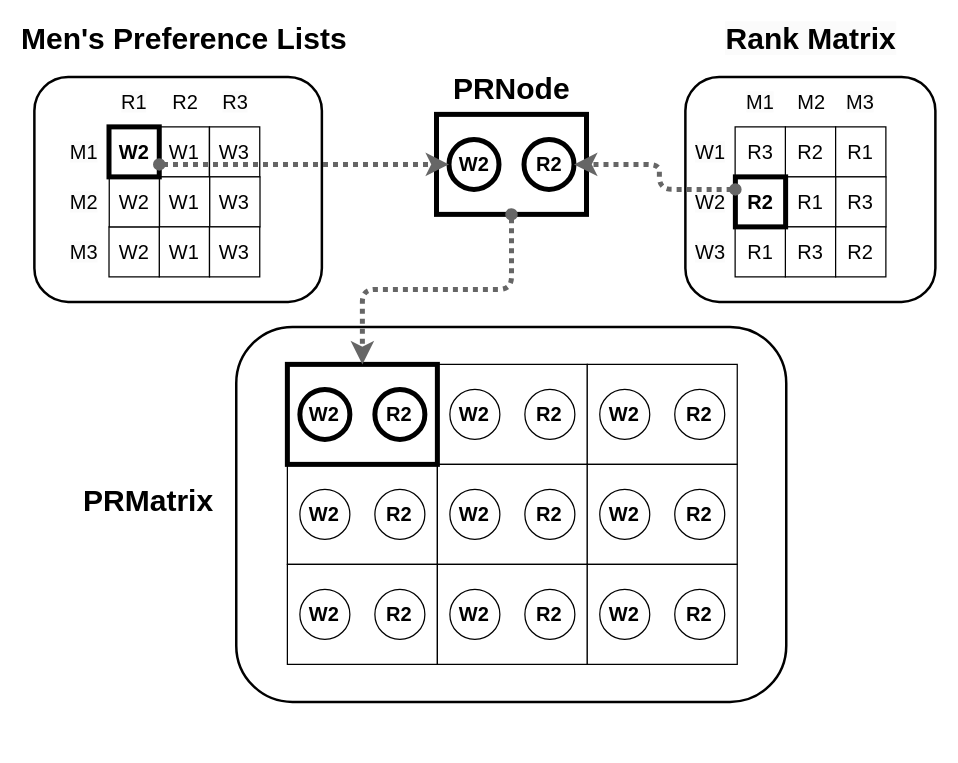
Above: newPRMatrix.drawio in victorliu-sq/BambooSMP-Figures (draw.io), before the change. Source tidied: cells renumbered, new cells numbered last; positions are measured from the earlier drawing's top-left corner, leaving out a move shared by most shapes. Both pictures are drawn from the tidied source at 125%, with x=0, y=0 at pixel (34, 26).
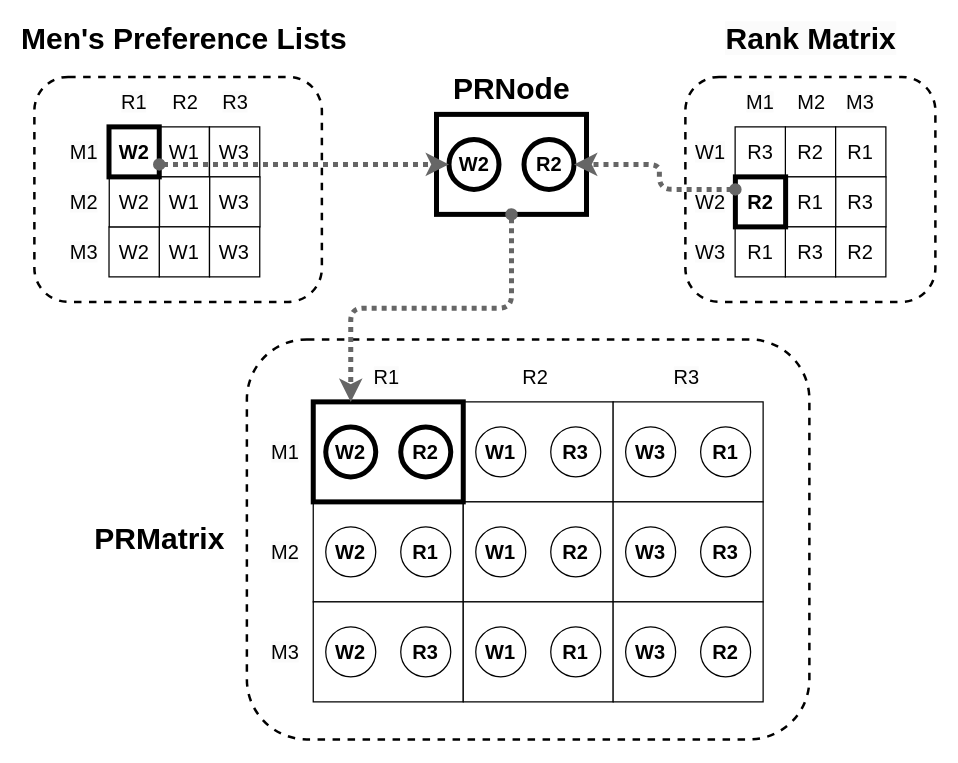
The same page after the edit.

The change refers to these unchanged cells:
```xml
<mxCell id="36" style="rounded=0;whiteSpace=wrap;html=1;strokeWidth=4;" parent="1" vertex="1">
  <mxGeometry x="321.7" y="70" width="120" height="80" as="geometry" />
</mxCell>
```

Diff of the diagram source:
```diff
@@
-    <mxCell id="2" style="rounded=1;whiteSpace=wrap;html=1;strokeWidth=2;" parent="1" vertex="1">
-      <mxGeometry x="161.5" y="240" width="440" height="300" as="geometry" />
+    <mxCell id="2" style="rounded=1;whiteSpace=wrap;html=1;strokeWidth=2;dashed=1;" parent="1" vertex="1">
+      <mxGeometry x="170" y="250" width="450" height="320" as="geometry" />
     </mxCell>
-    <mxCell id="3" style="rounded=1;whiteSpace=wrap;html=1;strokeWidth=2;" parent="1" vertex="1">
+    <mxCell id="3" style="rounded=1;whiteSpace=wrap;html=1;strokeWidth=2;dashed=1;" parent="1" vertex="1">
       <mxGeometry y="40" width="230" height="180" as="geometry" />
     </mxCell>
-    <mxCell id="4" style="rounded=1;whiteSpace=wrap;html=1;strokeWidth=2;" parent="1" vertex="1">
+    <mxCell id="4" style="rounded=1;whiteSpace=wrap;html=1;strokeWidth=2;dashed=1;" parent="1" vertex="1">
       <mxGeometry x="520.8" y="40" width="200" height="180" as="geometry" />
     </mxCell>
@@
     <mxCell id="40" value="&lt;span style=&quot;font-size: 24px; text-wrap: nowrap;&quot;&gt;&lt;span style=&quot;font-size: 24px;&quot;&gt;PRMatrix&lt;/span&gt;&lt;/span&gt;" style="text;whiteSpace=wrap;html=1;align=center;strokeColor=none;verticalAlign=middle;strokeWidth=0;fontSize=24;fontStyle=1;" parent="1" vertex="1">
-      <mxGeometry x="51" y="370" width="80.5" height="20" as="geometry" />
+      <mxGeometry x="60.2" y="400" width="80.5" height="20" as="geometry" />
     </mxCell>
@@
     <mxCell id="44" style="rounded=0;whiteSpace=wrap;html=1;strokeWidth=1;" parent="1" vertex="1">
-      <mxGeometry x="322.4" y="270" width="120" height="80" as="geometry" />
+      <mxGeometry x="343.1" y="300" width="120" height="80" as="geometry" />
     </mxCell>
-    <mxCell id="45" value="&lt;b style=&quot;font-size: 16px;&quot;&gt;W2&lt;/b&gt;" style="ellipse;whiteSpace=wrap;html=1;strokeWidth=1;fontSize=16;" parent="1" vertex="1">
-      <mxGeometry x="332.4" y="290" width="40" height="40" as="geometry" />
+    <mxCell id="45" value="&lt;b style=&quot;font-size: 16px;&quot;&gt;W1&lt;/b&gt;" style="ellipse;whiteSpace=wrap;html=1;strokeWidth=1;fontSize=16;" parent="1" vertex="1">
+      <mxGeometry x="353.1" y="320" width="40" height="40" as="geometry" />
     </mxCell>
-    <mxCell id="46" value="&lt;b style=&quot;font-size: 16px;&quot;&gt;R2&lt;/b&gt;" style="ellipse;whiteSpace=wrap;html=1;strokeWidth=1;fontSize=16;" parent="1" vertex="1">
-      <mxGeometry x="392.4" y="290" width="40" height="40" as="geometry" />
+    <mxCell id="46" value="&lt;b&gt;R3&lt;/b&gt;" style="ellipse;whiteSpace=wrap;html=1;strokeWidth=1;fontSize=16;" parent="1" vertex="1">
+      <mxGeometry x="413.1" y="320" width="40" height="40" as="geometry" />
     </mxCell>
     <mxCell id="47" style="rounded=0;whiteSpace=wrap;html=1;strokeWidth=1;" parent="1" vertex="1">
-      <mxGeometry x="442.3" y="270" width="120" height="80" as="geometry" />
+      <mxGeometry x="463" y="300" width="120" height="80" as="geometry" />
     </mxCell>
-    <mxCell id="48" value="&lt;b style=&quot;font-size: 16px;&quot;&gt;W2&lt;/b&gt;" style="ellipse;whiteSpace=wrap;html=1;strokeWidth=1;fontSize=16;" parent="1" vertex="1">
-      <mxGeometry x="452.3" y="290" width="40" height="40" as="geometry" />
+    <mxCell id="48" value="&lt;b style=&quot;font-size: 16px;&quot;&gt;W3&lt;/b&gt;" style="ellipse;whiteSpace=wrap;html=1;strokeWidth=1;fontSize=16;" parent="1" vertex="1">
+      <mxGeometry x="473" y="320" width="40" height="40" as="geometry" />
     </mxCell>
-    <mxCell id="49" value="&lt;b style=&quot;font-size: 16px;&quot;&gt;R2&lt;/b&gt;" style="ellipse;whiteSpace=wrap;html=1;strokeWidth=1;fontSize=16;" parent="1" vertex="1">
-      <mxGeometry x="512.3" y="290" width="40" height="40" as="geometry" />
+    <mxCell id="49" value="&lt;b style=&quot;font-size: 16px;&quot;&gt;R1&lt;/b&gt;" style="ellipse;whiteSpace=wrap;html=1;strokeWidth=1;fontSize=16;" parent="1" vertex="1">
+      <mxGeometry x="533" y="320" width="40" height="40" as="geometry" />
     </mxCell>
     <mxCell id="50" style="rounded=0;whiteSpace=wrap;html=1;strokeWidth=1;" parent="1" vertex="1">
-      <mxGeometry x="202.4" y="350" width="120" height="80" as="geometry" />
+      <mxGeometry x="223.1" y="380" width="120" height="80" as="geometry" />
     </mxCell>
     <mxCell id="51" value="&lt;b style=&quot;font-size: 16px;&quot;&gt;W2&lt;/b&gt;" style="ellipse;whiteSpace=wrap;html=1;strokeWidth=1;fontSize=16;" parent="1" vertex="1">
-      <mxGeometry x="212.4" y="370" width="40" height="40" as="geometry" />
+      <mxGeometry x="233.1" y="400" width="40" height="40" as="geometry" />
     </mxCell>
-    <mxCell id="52" value="&lt;b style=&quot;font-size: 16px;&quot;&gt;R2&lt;/b&gt;" style="ellipse;whiteSpace=wrap;html=1;strokeWidth=1;fontSize=16;" parent="1" vertex="1">
-      <mxGeometry x="272.4" y="370" width="40" height="40" as="geometry" />
+    <mxCell id="52" value="&lt;b style=&quot;font-size: 16px;&quot;&gt;R1&lt;/b&gt;" style="ellipse;whiteSpace=wrap;html=1;strokeWidth=1;fontSize=16;" parent="1" vertex="1">
+      <mxGeometry x="293.1" y="400" width="40" height="40" as="geometry" />
     </mxCell>
     <mxCell id="53" style="rounded=0;whiteSpace=wrap;html=1;strokeWidth=1;" parent="1" vertex="1">
-      <mxGeometry x="322.4" y="350" width="120" height="80" as="geometry" />
+      <mxGeometry x="343.1" y="380" width="120" height="80" as="geometry" />
     </mxCell>
-    <mxCell id="54" value="&lt;b style=&quot;font-size: 16px;&quot;&gt;W2&lt;/b&gt;" style="ellipse;whiteSpace=wrap;html=1;strokeWidth=1;fontSize=16;" parent="1" vertex="1">
-      <mxGeometry x="332.4" y="370" width="40" height="40" as="geometry" />
+    <mxCell id="54" value="&lt;b style=&quot;font-size: 16px;&quot;&gt;W1&lt;/b&gt;" style="ellipse;whiteSpace=wrap;html=1;strokeWidth=1;fontSize=16;" parent="1" vertex="1">
+      <mxGeometry x="353.1" y="400" width="40" height="40" as="geometry" />
     </mxCell>
     <mxCell id="55" value="&lt;b style=&quot;font-size: 16px;&quot;&gt;R2&lt;/b&gt;" style="ellipse;whiteSpace=wrap;html=1;strokeWidth=1;fontSize=16;" parent="1" vertex="1">
-      <mxGeometry x="392.4" y="370" width="40" height="40" as="geometry" />
+      <mxGeometry x="413.1" y="400" width="40" height="40" as="geometry" />
     </mxCell>
     <mxCell id="56" style="rounded=0;whiteSpace=wrap;html=1;strokeWidth=1;" parent="1" vertex="1">
-      <mxGeometry x="442.3" y="350" width="120" height="80" as="geometry" />
+      <mxGeometry x="463" y="380" width="120" height="80" as="geometry" />
     </mxCell>
-    <mxCell id="57" value="&lt;b style=&quot;font-size: 16px;&quot;&gt;W2&lt;/b&gt;" style="ellipse;whiteSpace=wrap;html=1;strokeWidth=1;fontSize=16;" parent="1" vertex="1">
-      <mxGeometry x="452.3" y="370" width="40" height="40" as="geometry" />
+    <mxCell id="57" value="&lt;b style=&quot;font-size: 16px;&quot;&gt;W3&lt;/b&gt;" style="ellipse;whiteSpace=wrap;html=1;strokeWidth=1;fontSize=16;" parent="1" vertex="1">
+      <mxGeometry x="473" y="400" width="40" height="40" as="geometry" />
     </mxCell>
-    <mxCell id="58" value="&lt;b style=&quot;font-size: 16px;&quot;&gt;R2&lt;/b&gt;" style="ellipse;whiteSpace=wrap;html=1;strokeWidth=1;fontSize=16;" parent="1" vertex="1">
-      <mxGeometry x="512.3" y="370" width="40" height="40" as="geometry" />
+    <mxCell id="58" value="&lt;b style=&quot;font-size: 16px;&quot;&gt;R3&lt;/b&gt;" style="ellipse;whiteSpace=wrap;html=1;strokeWidth=1;fontSize=16;" parent="1" vertex="1">
+      <mxGeometry x="533" y="400" width="40" height="40" as="geometry" />
     </mxCell>
     <mxCell id="59" style="rounded=0;whiteSpace=wrap;html=1;strokeWidth=1;" parent="1" vertex="1">
-      <mxGeometry x="202.4" y="430" width="120" height="80" as="geometry" />
+      <mxGeometry x="223.1" y="460" width="120" height="80" as="geometry" />
     </mxCell>
     <mxCell id="60" value="&lt;b style=&quot;font-size: 16px;&quot;&gt;W2&lt;/b&gt;" style="ellipse;whiteSpace=wrap;html=1;strokeWidth=1;fontSize=16;" parent="1" vertex="1">
-      <mxGeometry x="212.4" y="450" width="40" height="40" as="geometry" />
+      <mxGeometry x="233.1" y="480" width="40" height="40" as="geometry" />
     </mxCell>
-    <mxCell id="61" value="&lt;b style=&quot;font-size: 16px;&quot;&gt;R2&lt;/b&gt;" style="ellipse;whiteSpace=wrap;html=1;strokeWidth=1;fontSize=16;" parent="1" vertex="1">
-      <mxGeometry x="272.4" y="450" width="40" height="40" as="geometry" />
+    <mxCell id="61" value="&lt;b style=&quot;font-size: 16px;&quot;&gt;R3&lt;/b&gt;" style="ellipse;whiteSpace=wrap;html=1;strokeWidth=1;fontSize=16;" parent="1" vertex="1">
+      <mxGeometry x="293.1" y="480" width="40" height="40" as="geometry" />
     </mxCell>
     <mxCell id="62" style="rounded=0;whiteSpace=wrap;html=1;strokeWidth=1;" parent="1" vertex="1">
-      <mxGeometry x="322.4" y="430" width="120" height="80" as="geometry" />
+      <mxGeometry x="343.1" y="460" width="120" height="80" as="geometry" />
     </mxCell>
-    <mxCell id="63" value="&lt;b style=&quot;font-size: 16px;&quot;&gt;W2&lt;/b&gt;" style="ellipse;whiteSpace=wrap;html=1;strokeWidth=1;fontSize=16;" parent="1" vertex="1">
-      <mxGeometry x="332.4" y="450" width="40" height="40" as="geometry" />
+    <mxCell id="63" value="&lt;b style=&quot;font-size: 16px;&quot;&gt;W1&lt;/b&gt;" style="ellipse;whiteSpace=wrap;html=1;strokeWidth=1;fontSize=16;" parent="1" vertex="1">
+      <mxGeometry x="353.1" y="480" width="40" height="40" as="geometry" />
     </mxCell>
-    <mxCell id="64" value="&lt;b style=&quot;font-size: 16px;&quot;&gt;R2&lt;/b&gt;" style="ellipse;whiteSpace=wrap;html=1;strokeWidth=1;fontSize=16;" parent="1" vertex="1">
-      <mxGeometry x="392.4" y="450" width="40" height="40" as="geometry" />
+    <mxCell id="64" value="&lt;b style=&quot;font-size: 16px;&quot;&gt;R1&lt;/b&gt;" style="ellipse;whiteSpace=wrap;html=1;strokeWidth=1;fontSize=16;" parent="1" vertex="1">
+      <mxGeometry x="413.1" y="480" width="40" height="40" as="geometry" />
     </mxCell>
     <mxCell id="65" style="rounded=0;whiteSpace=wrap;html=1;strokeWidth=1;" parent="1" vertex="1">
-      <mxGeometry x="442.3" y="430" width="120" height="80" as="geometry" />
+      <mxGeometry x="463" y="460" width="120" height="80" as="geometry" />
     </mxCell>
-    <mxCell id="66" value="&lt;b style=&quot;font-size: 16px;&quot;&gt;W2&lt;/b&gt;" style="ellipse;whiteSpace=wrap;html=1;strokeWidth=1;fontSize=16;" parent="1" vertex="1">
-      <mxGeometry x="452.3" y="450" width="40" height="40" as="geometry" />
+    <mxCell id="66" value="&lt;b style=&quot;font-size: 16px;&quot;&gt;W3&lt;/b&gt;" style="ellipse;whiteSpace=wrap;html=1;strokeWidth=1;fontSize=16;" parent="1" vertex="1">
+      <mxGeometry x="473" y="480" width="40" height="40" as="geometry" />
     </mxCell>
     <mxCell id="67" value="&lt;b style=&quot;font-size: 16px;&quot;&gt;R2&lt;/b&gt;" style="ellipse;whiteSpace=wrap;html=1;strokeWidth=1;fontSize=16;" parent="1" vertex="1">
-      <mxGeometry x="512.3" y="450" width="40" height="40" as="geometry" />
+      <mxGeometry x="533" y="480" width="40" height="40" as="geometry" />
     </mxCell>
     <mxCell id="68" style="rounded=0;whiteSpace=wrap;html=1;strokeWidth=4;" parent="1" vertex="1">
-      <mxGeometry x="202.4" y="270" width="120" height="80" as="geometry" />
+      <mxGeometry x="223.1" y="300" width="120" height="80" as="geometry" />
     </mxCell>
     <mxCell id="69" value="&lt;b style=&quot;font-size: 16px;&quot;&gt;W2&lt;/b&gt;" style="ellipse;whiteSpace=wrap;html=1;strokeWidth=4;fontSize=16;" parent="1" vertex="1">
-      <mxGeometry x="212.4" y="290" width="40" height="40" as="geometry" />
+      <mxGeometry x="233.1" y="320" width="40" height="40" as="geometry" />
     </mxCell>
     <mxCell id="70" value="&lt;b style=&quot;font-size: 16px;&quot;&gt;R2&lt;/b&gt;" style="ellipse;whiteSpace=wrap;html=1;strokeWidth=4;fontSize=16;" parent="1" vertex="1">
-      <mxGeometry x="272.4" y="290" width="40" height="40" as="geometry" />
+      <mxGeometry x="293.1" y="320" width="40" height="40" as="geometry" />
     </mxCell>
-    <mxCell id="71" style="edgeStyle=orthogonalEdgeStyle;rounded=1;jettySize=auto;html=1;exitX=0.5;exitY=1;exitDx=0;exitDy=0;entryX=0.5;entryY=0;entryDx=0;entryDy=0;dashed=1;dashPattern=1 1;strokeColor=#666666;strokeWidth=4;align=center;verticalAlign=middle;fontFamily=Helvetica;fontSize=11;fontColor=default;labelBackgroundColor=default;startArrow=oval;startFill=1;endArrow=classic;endFill=1;curved=0;" parent="1" edge="1" source="36" target="68">
+    <mxCell id="71" style="edgeStyle=orthogonalEdgeStyle;rounded=1;jettySize=auto;html=1;exitX=0.5;exitY=1;exitDx=0;exitDy=0;entryX=0.25;entryY=0;entryDx=0;entryDy=0;dashed=1;dashPattern=1 1;strokeColor=#666666;strokeWidth=4;align=center;verticalAlign=middle;fontFamily=Helvetica;fontSize=11;fontColor=default;labelBackgroundColor=default;startArrow=oval;startFill=1;endArrow=classic;endFill=1;curved=0;" parent="1" edge="1" source="36" target="68">
       <mxGeometry relative="1" as="geometry" />
     </mxCell>
+    <mxCell id="72" value="&lt;span style=&quot;color: rgb(0, 0, 0); font-family: Helvetica; font-size: 16px; font-style: normal; font-variant-ligatures: normal; font-variant-caps: normal; font-weight: 400; letter-spacing: normal; orphans: 2; text-indent: 0px; text-transform: none; widows: 2; word-spacing: 0px; -webkit-text-stroke-width: 0px; white-space: normal; background-color: rgb(251, 251, 251); text-decoration-thickness: initial; text-decoration-style: initial; text-decoration-color: initial; float: none; display: inline !important;&quot;&gt;M1&lt;/span&gt;" style="text;whiteSpace=wrap;html=1;align=center;verticalAlign=middle;fontSize=16;" parent="1" vertex="1">
+      <mxGeometry x="180.8" y="320" width="40" height="40" as="geometry" />
+    </mxCell>
+    <mxCell id="73" value="&lt;span style=&quot;color: rgb(0, 0, 0); font-family: Helvetica; font-size: 16px; font-style: normal; font-variant-ligatures: normal; font-variant-caps: normal; font-weight: 400; letter-spacing: normal; orphans: 2; text-indent: 0px; text-transform: none; widows: 2; word-spacing: 0px; -webkit-text-stroke-width: 0px; white-space: normal; background-color: rgb(251, 251, 251); text-decoration-thickness: initial; text-decoration-style: initial; text-decoration-color: initial; float: none; display: inline !important;&quot;&gt;M2&lt;/span&gt;" style="text;whiteSpace=wrap;html=1;align=center;verticalAlign=middle;fontSize=16;" parent="1" vertex="1">
+      <mxGeometry x="180.8" y="400" width="40" height="40" as="geometry" />
+    </mxCell>
+    <mxCell id="74" value="&lt;span style=&quot;color: rgb(0, 0, 0); font-family: Helvetica; font-size: 16px; font-style: normal; font-variant-ligatures: normal; font-variant-caps: normal; font-weight: 400; letter-spacing: normal; orphans: 2; text-indent: 0px; text-transform: none; widows: 2; word-spacing: 0px; -webkit-text-stroke-width: 0px; white-space: normal; background-color: rgb(251, 251, 251); text-decoration-thickness: initial; text-decoration-style: initial; text-decoration-color: initial; float: none; display: inline !important;&quot;&gt;M3&lt;/span&gt;" style="text;whiteSpace=wrap;html=1;align=center;verticalAlign=middle;fontSize=16;" parent="1" vertex="1">
+      <mxGeometry x="180.8" y="480" width="40" height="40" as="geometry" />
+    </mxCell>
+    <mxCell id="75" value="&lt;span style=&quot;color: rgb(0, 0, 0); font-family: Helvetica; font-size: 16px; font-style: normal; font-variant-ligatures: normal; font-variant-caps: normal; font-weight: 400; letter-spacing: normal; orphans: 2; text-indent: 0px; text-transform: none; widows: 2; word-spacing: 0px; -webkit-text-stroke-width: 0px; white-space: normal; background-color: rgb(251, 251, 251); text-decoration-thickness: initial; text-decoration-style: initial; text-decoration-color: initial; float: none; display: inline !important;&quot;&gt;R1&lt;/span&gt;" style="text;whiteSpace=wrap;html=1;align=center;verticalAlign=middle;fontSize=16;" parent="1" vertex="1">
+      <mxGeometry x="262.1" y="260" width="40" height="40" as="geometry" />
+    </mxCell>
+    <mxCell id="76" value="R2" style="text;whiteSpace=wrap;html=1;align=center;verticalAlign=middle;fontSize=16;" parent="1" vertex="1">
+      <mxGeometry x="380.8" y="260" width="40" height="40" as="geometry" />
+    </mxCell>
+    <mxCell id="77" value="&lt;span style=&quot;color: rgb(0, 0, 0); font-family: Helvetica; font-size: 16px; font-style: normal; font-variant-ligatures: normal; font-variant-caps: normal; font-weight: 400; letter-spacing: normal; orphans: 2; text-indent: 0px; text-transform: none; widows: 2; word-spacing: 0px; -webkit-text-stroke-width: 0px; white-space: normal; background-color: rgb(251, 251, 251); text-decoration-thickness: initial; text-decoration-style: initial; text-decoration-color: initial; float: none; display: inline !important;&quot;&gt;R3&lt;/span&gt;" style="text;whiteSpace=wrap;html=1;align=center;verticalAlign=middle;fontSize=16;" parent="1" vertex="1">
+      <mxGeometry x="501.5" y="260" width="40" height="40" as="geometry" />
+    </mxCell>
```
